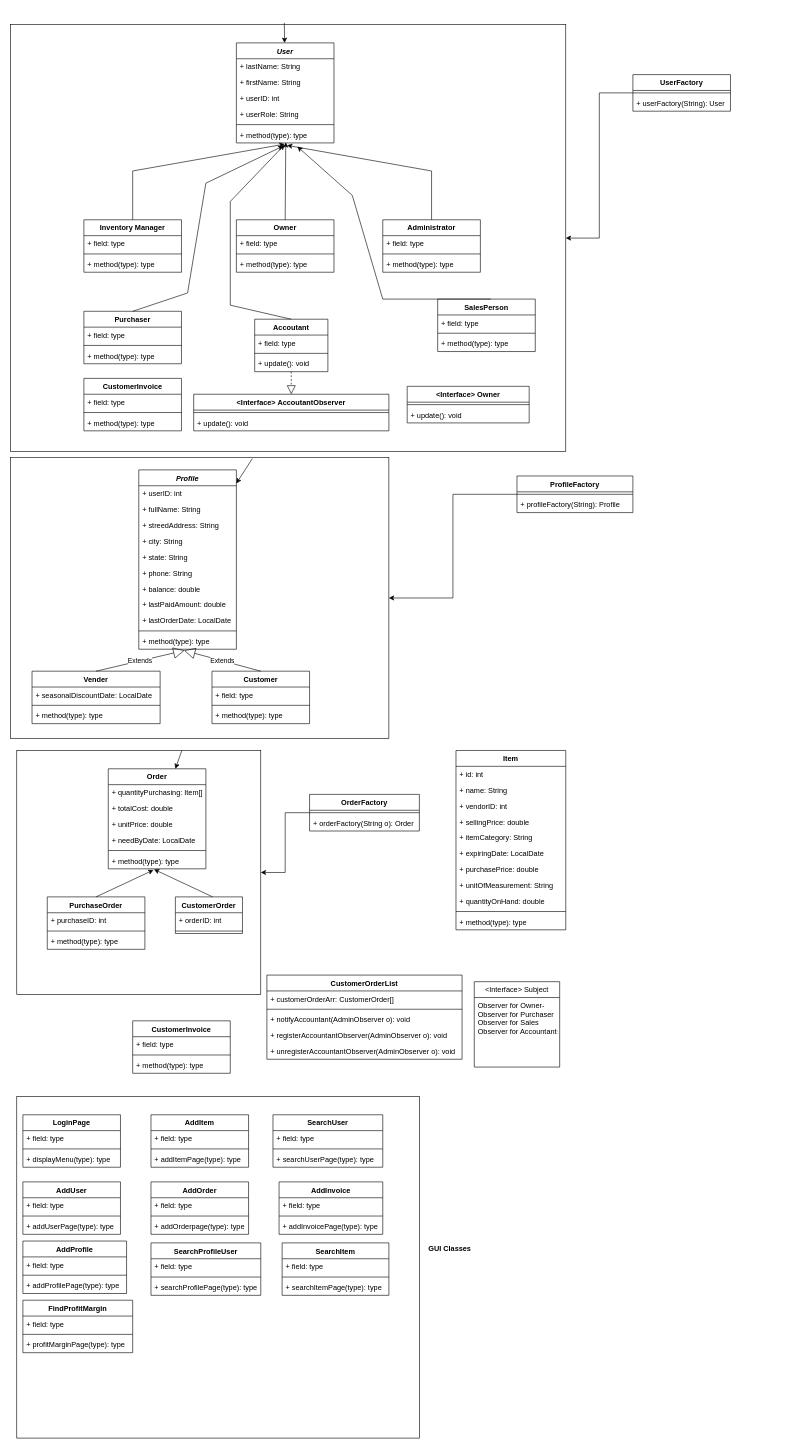
Earlier version of the draw.io diagram page "Page-1" (1 of 2) of Pre-Code-Work (Use Cases, Class Diagrams, ect)/Class Diagrams/Class_DiagramV5.drawio (atjames/OrderManagementApp). Source tidied: cells renumbered, new cells numbered last; positions are measured from the earlier drawing's top-left corner, leaving out a move shared by most shapes. Both pictures are drawn from the tidied source at 61%, with x=0, y=0 at pixel (10, 24).
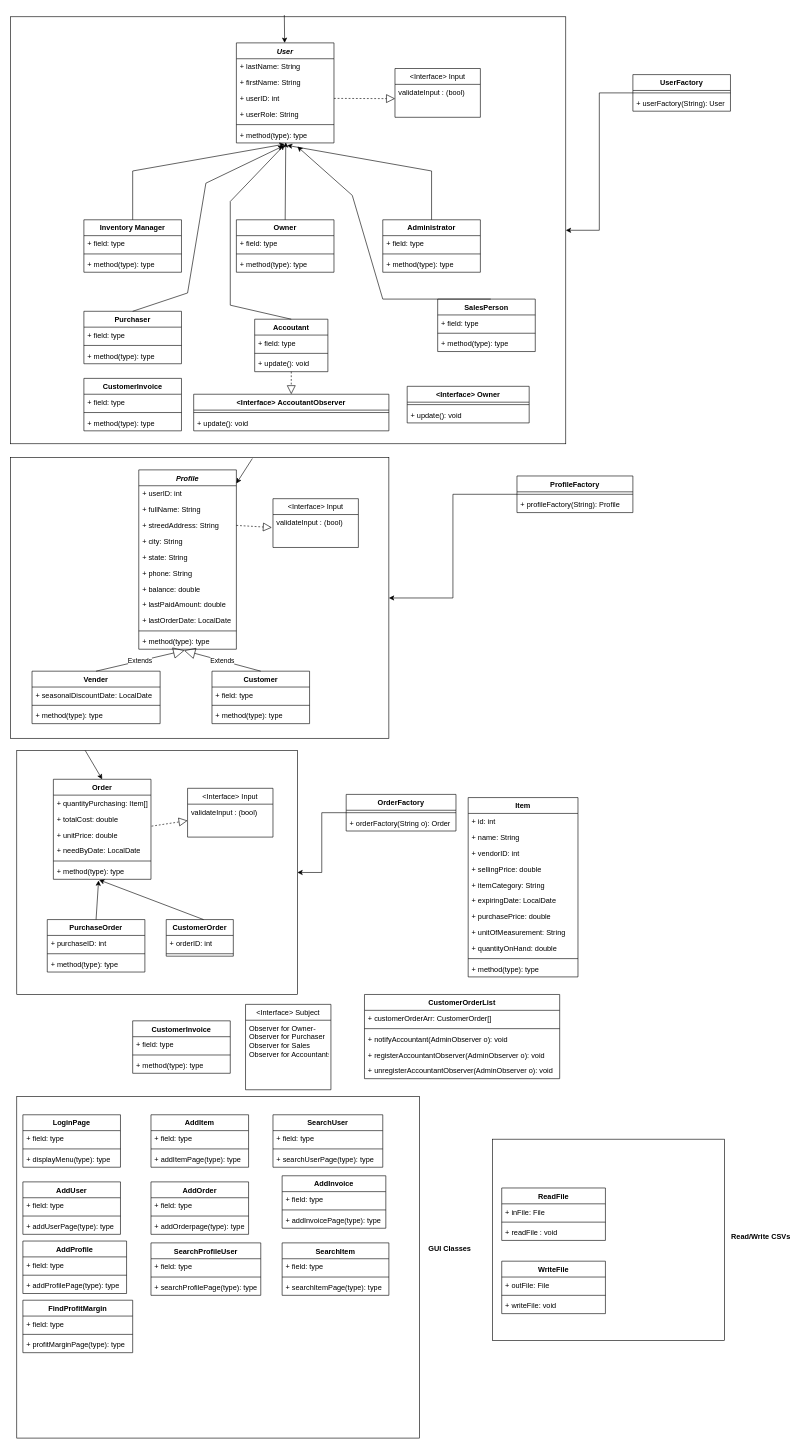
The same page after the edit.

The change refers to these unchanged cells:
```xml
<mxCell id="9" value="+ userID: int" style="text;strokeColor=none;fillColor=none;align=left;verticalAlign=top;spacingLeft=4;spacingRight=4;overflow=hidden;points=[[0,0.5],[1,0.5]];portConstraint=eastwest;" parent="6" vertex="1">
  <mxGeometry y="78" width="160" height="26" as="geometry" />
</mxCell>
<mxCell id="77" value="+ unitPrice: double" style="text;strokeColor=none;fillColor=none;align=left;verticalAlign=top;spacingLeft=4;spacingRight=4;overflow=hidden;points=[[0,0.5],[1,0.5]];portConstraint=eastwest;" parent="74" vertex="1">
  <mxGeometry y="78" width="160" height="26" as="geometry" />
</mxCell>
<mxCell id="86" value="+ streedAddress: String" style="text;strokeColor=none;fillColor=none;align=left;verticalAlign=top;spacingLeft=4;spacingRight=4;overflow=hidden;points=[[0,0.5],[1,0.5]];portConstraint=eastwest;" parent="83" vertex="1">
  <mxGeometry y="78" width="160" height="26" as="geometry" />
</mxCell>
```

What changed in the source:
```diff
@@
     <mxCell id="3" style="rounded=0;whiteSpace=wrap;html=1;" parent="1" vertex="1">
-      <mxGeometry x="10" y="1189.8" width="400" height="400" as="geometry" />
+      <mxGeometry x="10" y="1189.8" width="460" height="400" as="geometry" />
     </mxCell>
@@
     <mxCell id="5" style="rounded=0;whiteSpace=wrap;html=1;" parent="1" vertex="1">
-      <mxGeometry y="-0.2" width="910" height="700" as="geometry" />
+      <mxGeometry y="-13" width="910" height="700" as="geometry" />
     </mxCell>
@@
     <mxCell id="47" value="Item" style="swimlane;fontStyle=1;align=center;verticalAlign=top;horizontal=1;startSize=26;" parent="1" vertex="1">
-      <mxGeometry x="730" y="1189.8" width="180" height="294" as="geometry" />
+      <mxGeometry x="750" y="1267" width="180" height="294" as="geometry" />
     </mxCell>
@@
     <mxCell id="67" value="CustomerOrder" style="swimlane;fontStyle=1;align=center;verticalAlign=top;horizontal=1;startSize=26;" parent="1" vertex="1">
-      <mxGeometry x="270" y="1429.8" width="110" height="60" as="geometry" />
+      <mxGeometry x="255" y="1467" width="110" height="60" as="geometry" />
     </mxCell>
@@
     <mxCell id="70" value="PurchaseOrder" style="swimlane;fontStyle=1;align=center;verticalAlign=top;horizontal=1;startSize=26;" parent="1" vertex="1">
-      <mxGeometry x="60" y="1429.8" width="160" height="86" as="geometry" />
+      <mxGeometry x="60" y="1467" width="160" height="86" as="geometry" />
     </mxCell>
@@
     <mxCell id="74" value="Order" style="swimlane;fontStyle=1;align=center;verticalAlign=top;horizontal=1;startSize=26;" parent="1" vertex="1">
-      <mxGeometry x="160" y="1219.8" width="160" height="164" as="geometry" />
+      <mxGeometry x="70" y="1237" width="160" height="164" as="geometry" />
     </mxCell>
@@
     <mxCell id="114" value="OrderFactory" style="swimlane;fontStyle=1;align=center;verticalAlign=top;horizontal=1;startSize=26;" parent="1" vertex="1">
-      <mxGeometry x="490" y="1261.8" width="180" height="60" as="geometry" />
+      <mxGeometry x="550" y="1261.8" width="180" height="60" as="geometry" />
     </mxCell>
@@
     <mxCell id="117" value="CustomerOrderList" style="swimlane;fontStyle=1;align=center;verticalAlign=top;horizontal=1;startSize=26;" parent="1" vertex="1">
-      <mxGeometry x="420" y="1558" width="320" height="138" as="geometry" />
+      <mxGeometry x="580" y="1589.8" width="320" height="138" as="geometry" />
     </mxCell>
@@
     <mxCell id="123" value="&lt;Interface&gt; Subject" style="swimlane;fontStyle=0;horizontal=1;startSize=26;fillColor=none;" parent="1" vertex="1">
-      <mxGeometry x="760" y="1568.8" width="140" height="140" as="geometry" />
+      <mxGeometry x="385" y="1606" width="140" height="140" as="geometry" />
     </mxCell>
@@
-    <mxCell id="127" style="endArrow=classic;html=1;rounded=0;" parent="1" edge="1" source="3">
-      <mxGeometry relative="1" as="geometry">
-        <mxPoint x="270" y="1219.8" as="targetPoint" />
-      </mxGeometry>
+    <mxCell id="127" style="endArrow=classic;html=1;rounded=0;entryX=0.5;entryY=0;entryDx=0;entryDy=0;" parent="1" edge="1" source="3" target="74">
+      <mxGeometry relative="1" as="geometry" />
     </mxCell>
@@
     <mxCell id="151" value="AddInvoice" style="swimlane;fontStyle=1;align=center;verticalAlign=top;horizontal=1;startSize=26;" parent="1" vertex="1">
-      <mxGeometry x="440" y="1897" width="170" height="86" as="geometry" />
+      <mxGeometry x="445" y="1887" width="170" height="86" as="geometry" />
     </mxCell>
@@
+    <mxCell id="172" value="&lt;Interface&gt; Input" style="swimlane;fontStyle=0;horizontal=1;startSize=26;fillColor=none;" parent="1" vertex="1">
+      <mxGeometry x="630" y="71.8" width="140" height="80" as="geometry" />
+    </mxCell>
+    <mxCell id="173" value="validateInput : (bool)&#10;" style="text;strokeColor=none;fillColor=none;align=left;verticalAlign=top;spacingLeft=4;spacingRight=4;overflow=hidden;points=[[0,0.5],[1,0.5]];portConstraint=eastwest;" parent="172" vertex="1">
+      <mxGeometry y="26" width="140" height="54" as="geometry" />
+    </mxCell>
+    <mxCell id="174" style="endArrow=block;dashed=1;endFill=0;endSize=12;html=1;rounded=0;entryX=0.001;entryY=0.434;entryDx=0;entryDy=0;exitX=1;exitY=0.5;exitDx=0;exitDy=0;entryPerimeter=0;" parent="1" edge="1" source="9" target="173">
+      <mxGeometry relative="1" as="geometry" />
+    </mxCell>
+    <mxCell id="175" style="rounded=0;whiteSpace=wrap;html=1;" parent="1" vertex="1">
+      <mxGeometry x="790" y="1827" width="380" height="330" as="geometry" />
+    </mxCell>
+    <mxCell id="176" value="Read/Write CSVs" style="text;align=center;fontStyle=1;verticalAlign=middle;spacingLeft=3;spacingRight=3;strokeColor=none;" parent="1" vertex="1">
+      <mxGeometry x="1190" y="1973" width="80" height="26" as="geometry" />
+    </mxCell>
+    <mxCell id="177" value="ReadFile" style="swimlane;fontStyle=1;align=center;verticalAlign=top;horizontal=1;startSize=26;" parent="1" vertex="1">
+      <mxGeometry x="805" y="1907" width="170" height="86" as="geometry" />
+    </mxCell>
+    <mxCell id="178" value="+ inFile: File" style="text;strokeColor=none;fillColor=none;align=left;verticalAlign=top;spacingLeft=4;spacingRight=4;overflow=hidden;" parent="177" vertex="1">
+      <mxGeometry y="26" width="170" height="26" as="geometry" />
+    </mxCell>
+    <mxCell id="179" style="line;strokeWidth=1;fillColor=none;align=left;verticalAlign=middle;spacingTop=-1;spacingLeft=3;spacingRight=3;labelPosition=right;strokeColor=inherit;" parent="177" vertex="1">
+      <mxGeometry y="52" width="170" height="8" as="geometry" />
+    </mxCell>
+    <mxCell id="180" value="+ readFile : void" style="text;strokeColor=none;fillColor=none;align=left;verticalAlign=top;spacingLeft=4;spacingRight=4;overflow=hidden;" parent="177" vertex="1">
+      <mxGeometry y="60" width="170" height="26" as="geometry" />
+    </mxCell>
+    <mxCell id="181" value="WriteFile" style="swimlane;fontStyle=1;align=center;verticalAlign=top;horizontal=1;startSize=26;" parent="1" vertex="1">
+      <mxGeometry x="805" y="2027" width="170" height="86" as="geometry" />
+    </mxCell>
+    <mxCell id="182" value="+ outFile: File" style="text;strokeColor=none;fillColor=none;align=left;verticalAlign=top;spacingLeft=4;spacingRight=4;overflow=hidden;" parent="181" vertex="1">
+      <mxGeometry y="26" width="170" height="26" as="geometry" />
+    </mxCell>
+    <mxCell id="183" style="line;strokeWidth=1;fillColor=none;align=left;verticalAlign=middle;spacingTop=-1;spacingLeft=3;spacingRight=3;labelPosition=right;strokeColor=inherit;" parent="181" vertex="1">
+      <mxGeometry y="52" width="170" height="8" as="geometry" />
+    </mxCell>
+    <mxCell id="184" value="+ writeFile: void" style="text;strokeColor=none;fillColor=none;align=left;verticalAlign=top;spacingLeft=4;spacingRight=4;overflow=hidden;" parent="181" vertex="1">
+      <mxGeometry y="60" width="170" height="26" as="geometry" />
+    </mxCell>
+    <mxCell id="185" value="&lt;Interface&gt; Input" style="swimlane;fontStyle=0;horizontal=1;startSize=26;fillColor=none;" parent="1" vertex="1">
+      <mxGeometry x="430" y="777" width="140" height="80" as="geometry" />
+    </mxCell>
+    <mxCell id="186" value="validateInput : (bool)&#10;" style="text;strokeColor=none;fillColor=none;align=left;verticalAlign=top;spacingLeft=4;spacingRight=4;overflow=hidden;points=[[0,0.5],[1,0.5]];portConstraint=eastwest;" parent="185" vertex="1">
+      <mxGeometry y="26" width="140" height="54" as="geometry" />
+    </mxCell>
+    <mxCell id="187" style="endArrow=block;dashed=1;endFill=0;endSize=12;html=1;rounded=0;entryX=-0.013;entryY=0.394;entryDx=0;entryDy=0;exitX=1;exitY=0.5;exitDx=0;exitDy=0;entryPerimeter=0;" parent="1" edge="1" source="86" target="186">
+      <mxGeometry relative="1" as="geometry" />
+    </mxCell>
+    <mxCell id="188" value="&lt;Interface&gt; Input" style="swimlane;fontStyle=0;horizontal=1;startSize=26;fillColor=none;" parent="1" vertex="1">
+      <mxGeometry x="290" y="1251.8" width="140" height="80" as="geometry" />
+    </mxCell>
+    <mxCell id="189" value="validateInput : (bool)&#10;" style="text;strokeColor=none;fillColor=none;align=left;verticalAlign=top;spacingLeft=4;spacingRight=4;overflow=hidden;points=[[0,0.5],[1,0.5]];portConstraint=eastwest;" parent="188" vertex="1">
+      <mxGeometry y="26" width="140" height="54" as="geometry" />
+    </mxCell>
+    <mxCell id="190" style="endArrow=block;dashed=1;endFill=0;endSize=12;html=1;rounded=0;entryX=0;entryY=0.5;entryDx=0;entryDy=0;exitX=1.006;exitY=-0.044;exitDx=0;exitDy=0;exitPerimeter=0;" parent="1" edge="1" source="77" target="189">
+      <mxGeometry relative="1" as="geometry" />
+    </mxCell>
```
